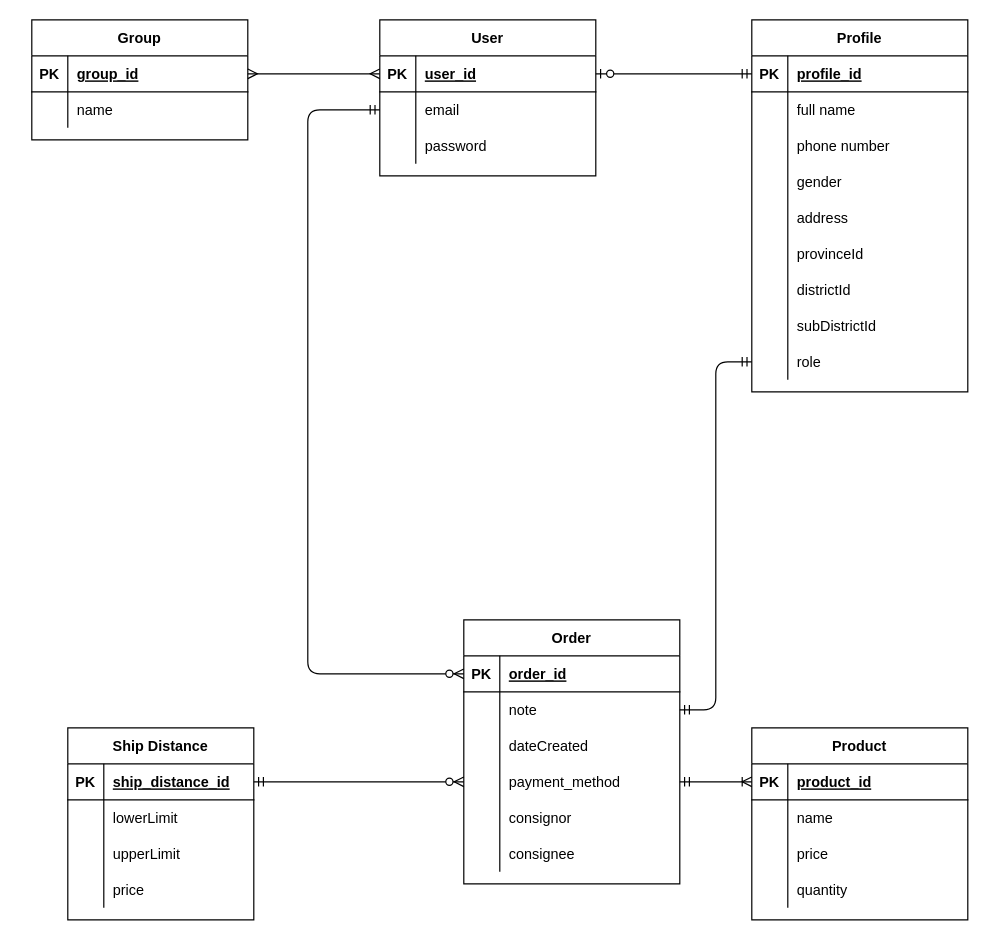
The draw.io diagram resources/database_design.drawio in NgoQuocBao1010/Shipping-System-Management, before the edit. Source tidied: cells renumbered, new cells numbered last; positions are measured from the earlier drawing's top-left corner, leaving out a move shared by most shapes. Both pictures are drawn from the tidied source at 120%, with x=0, y=0 at pixel (31, 19).
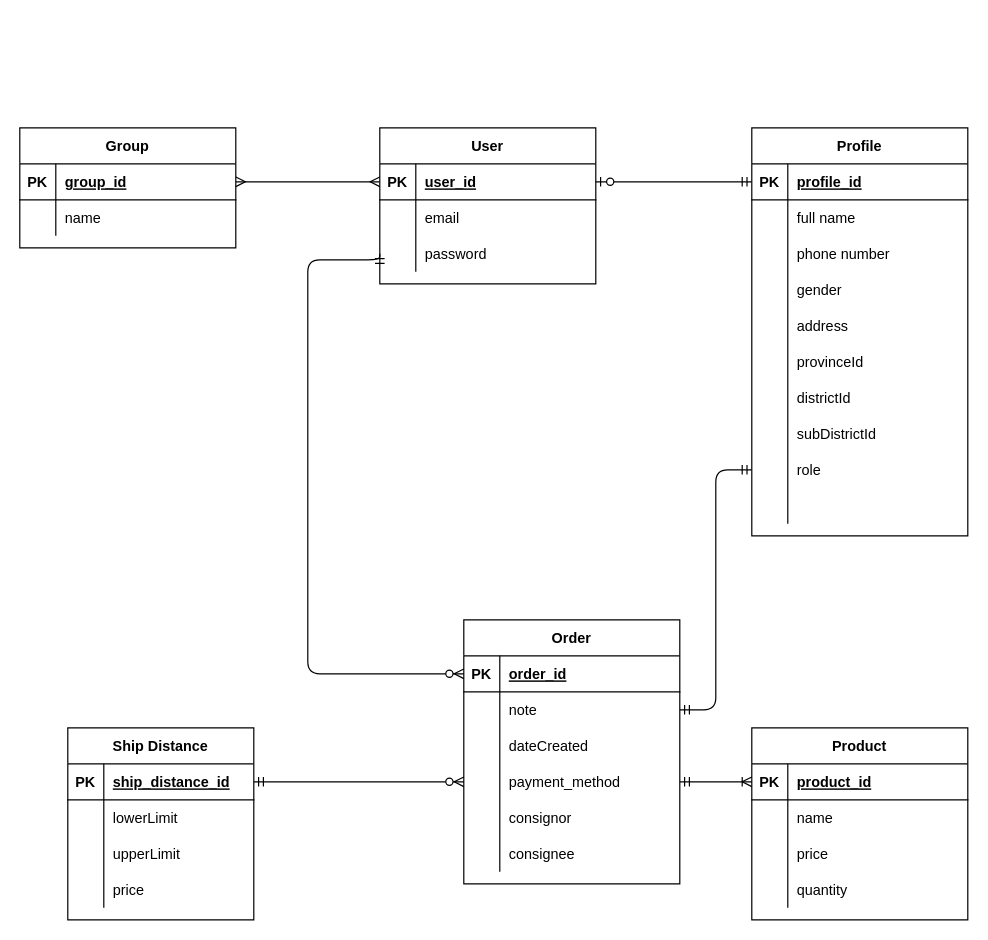
The same page after the edit.

The change refers to these unchanged cells:
```xml
<mxCell id="6" style="shape=partialRectangle;fillColor=none;top=0;left=0;bottom=0;right=0;points=[[0,0.5],[1,0.5]];portConstraint=eastwest;" parent="2" vertex="1">
  <mxGeometry y="60" width="180" height="30" as="geometry" />
</mxCell>
<mxCell id="9" style="shape=partialRectangle;fillColor=none;top=0;left=0;bottom=0;right=0;points=[[0,0.5],[1,0.5]];portConstraint=eastwest;" parent="2" vertex="1">
  <mxGeometry y="90" width="180" height="30" as="geometry" />
</mxCell>
<mxCell id="49" style="shape=partialRectangle;fillColor=none;top=0;left=0;bottom=1;right=0;points=[[0,0.5],[1,0.5]];portConstraint=eastwest;" parent="48" vertex="1">
  <mxGeometry y="30" width="180" height="30" as="geometry" />
</mxCell>
```

What changed in the source:
```diff
@@
     <mxCell id="2" value="User" style="shape=table;startSize=30;childLayout=tableLayout;rowLines=0;fontStyle=1;align=center;" parent="1" vertex="1">
-      <mxGeometry x="290" width="180" height="130" as="geometry" />
+      <mxGeometry x="290" y="90" width="180" height="130" as="geometry" />
     </mxCell>
@@
     <mxCell id="12" value="Profile" style="shape=table;startSize=30;childLayout=tableLayout;rowLines=0;fontStyle=1;align=center;" parent="1" vertex="1">
-      <mxGeometry x="600" width="180" height="310" as="geometry" />
+      <mxGeometry x="600" y="90" width="180" height="340" as="geometry" />
     </mxCell>
@@
+    <mxCell id="98" style="shape=partialRectangle;fillColor=none;top=0;left=0;bottom=0;right=0;" parent="12" vertex="1">
+      <mxGeometry y="300" width="180" height="30" as="geometry" />
+    </mxCell>
+    <mxCell id="99" style="shape=partialRectangle;fillColor=none;top=0;left=0;bottom=0;right=0;overflow=hidden;" parent="98" vertex="1">
+      <mxGeometry width="30" height="30" as="geometry" />
+    </mxCell>
+    <mxCell id="100" style="shape=partialRectangle;fillColor=none;top=0;left=0;bottom=0;right=0;align=left;spacingLeft=6;overflow=hidden;" parent="98" vertex="1">
+      <mxGeometry x="30" width="150" height="30" as="geometry" />
+    </mxCell>
     <mxCell id="40" value="Group" style="shape=table;startSize=30;childLayout=tableLayout;rowLines=0;fontStyle=1;align=center;" parent="1" vertex="1">
-      <mxGeometry width="180" height="100" as="geometry" />
+      <mxGeometry x="-10" y="90" width="180" height="100" as="geometry" />
     </mxCell>
@@
-    <mxCell id="96" style="edgeStyle=orthogonalEdgeStyle;fontSize=12;html=1;endArrow=ERzeroToMany;startArrow=ERmandOne;exitX=0;exitY=0.5;exitDx=0;exitDy=0;entryX=0;entryY=0.5;entryDx=0;entryDy=0;" parent="1" edge="1" source="6" target="49">
+    <mxCell id="96" style="edgeStyle=orthogonalEdgeStyle;fontSize=12;html=1;endArrow=ERzeroToMany;startArrow=ERmandOne;exitX=0;exitY=0.5;exitDx=0;exitDy=0;entryX=0;entryY=0.5;entryDx=0;entryDy=0;" parent="1" edge="1" source="9" target="49">
       <mxGeometry relative="1" as="geometry">
         <Array as="points">
-          <mxPoint x="230" y="75" />
+          <mxPoint x="290" y="200" />
+          <mxPoint x="230" y="200" />
           <mxPoint x="230" y="545" />
         </Array>
       </mxGeometry>
     </mxCell>
```
